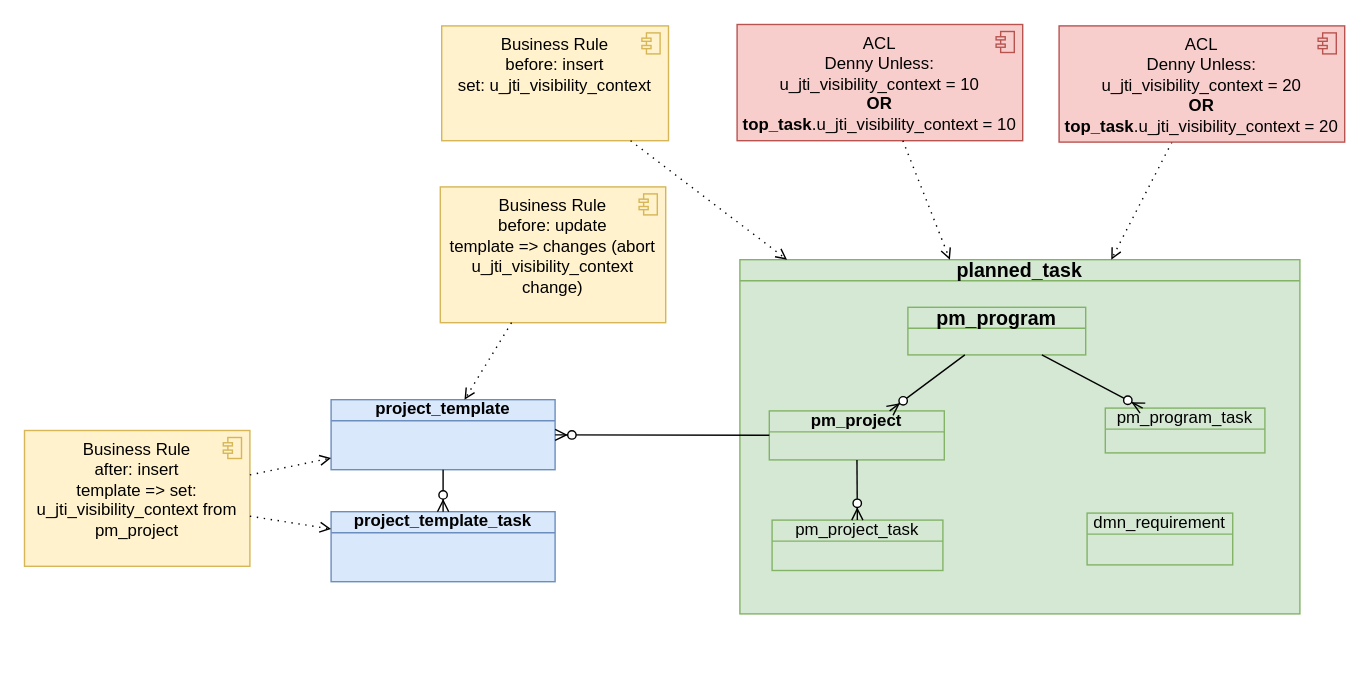
Before: page "templateVisibV2" (4 of 13) of JTI.drawio in algimas/tmp, a draw.io diagram. Source tidied: cells renumbered, new cells numbered last; positions are measured from the earlier drawing's top-left corner, leaving out a move shared by most shapes. Both pictures are drawn from the tidied source at 140%, with x=0, y=0 at pixel (24, 24).
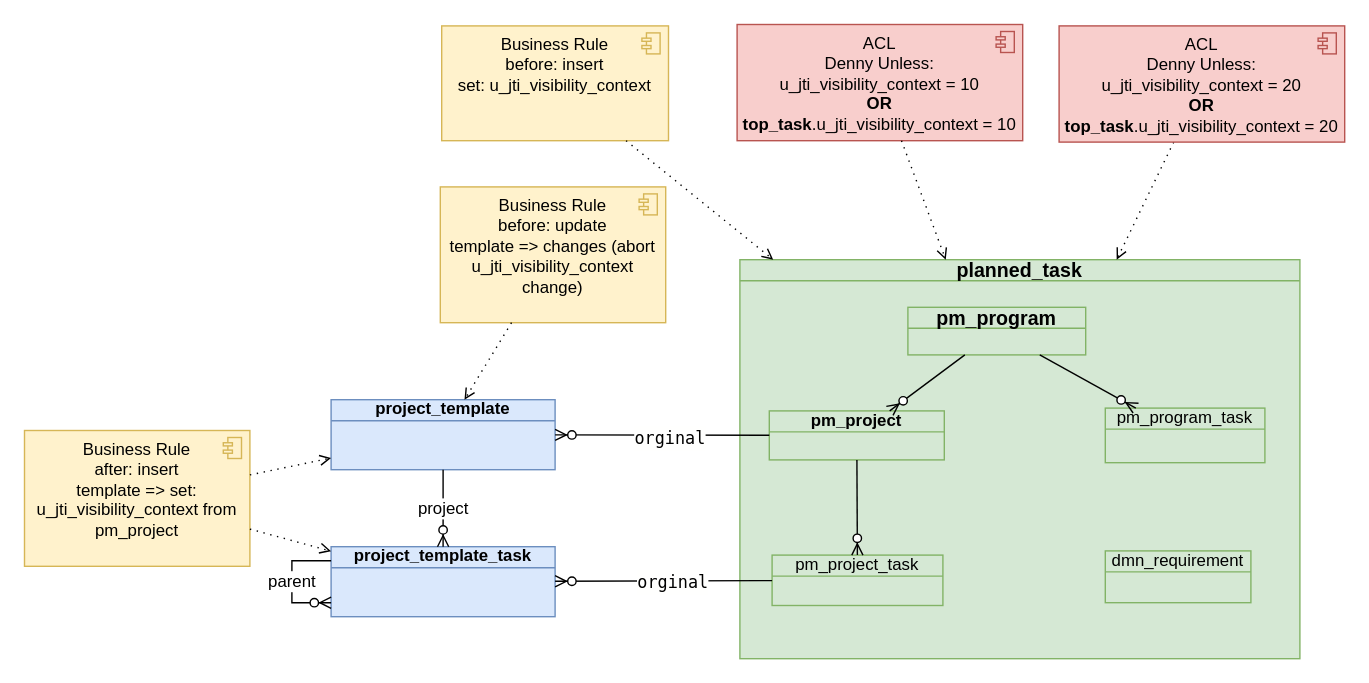
The same diagram, later.

The change refers to these unchanged cells:
```xml
<mxCell id="9" value="project_template" style="html=1;outlineConnect=0;whiteSpace=wrap;fillColor=#dae8fc;shape=mxgraph.archimate3.businessObject;overflow=fill;strokeColor=#6c8ebf;fontStyle=1;" parent="1" vertex="1">
  <mxGeometry x="219" y="268" width="160" height="50" as="geometry" />
</mxCell>
<mxCell id="10" style="fontSize=12;html=1;endArrow=ERzeroToMany;endFill=1;rounded=0;" parent="1" edge="1" source="3" target="9">
  <mxGeometry relative="1" as="geometry" />
</mxCell>
```

Diff of the diagram source:
```diff
@@
     <mxCell id="2" value="planned_task" style="html=1;outlineConnect=0;whiteSpace=wrap;fillColor=#d5e8d4;shape=mxgraph.archimate3.businessObject;overflow=fill;strokeColor=#82b366;fontStyle=1;fontSize=14;" parent="1" vertex="1">
-      <mxGeometry x="511" y="168" width="400" height="253" as="geometry" />
+      <mxGeometry x="511" y="168" width="400" height="285" as="geometry" />
     </mxCell>
@@
     <mxCell id="6" value="pm_program_task" style="html=1;outlineConnect=0;whiteSpace=wrap;fillColor=#d5e8d4;shape=mxgraph.archimate3.businessObject;overflow=fill;strokeColor=#82b366;" parent="1" vertex="1">
-      <mxGeometry x="772" y="274" width="114" height="32" as="geometry" />
+      <mxGeometry x="772" y="274" width="114" height="39" as="geometry" />
     </mxCell>
     <mxCell id="7" value="pm_project_task" style="html=1;outlineConnect=0;whiteSpace=wrap;fillColor=#d5e8d4;shape=mxgraph.archimate3.businessObject;overflow=fill;strokeColor=#82b366;" parent="1" vertex="1">
-      <mxGeometry x="534" y="354" width="122" height="36" as="geometry" />
+      <mxGeometry x="534" y="379" width="122" height="36" as="geometry" />
     </mxCell>
     <mxCell id="8" value="dmn_requirement" style="html=1;whiteSpace=wrap;fillColor=#d5e8d4;shape=mxgraph.archimate3.businessObject;overflow=fill;strokeColor=#82b366;" parent="1" vertex="1">
-      <mxGeometry x="759" y="349" width="104" height="37" as="geometry" />
+      <mxGeometry x="772" y="376" width="104" height="37" as="geometry" />
     </mxCell>
@@
+    <mxCell id="26" value="&lt;div style=&quot;font-style: normal; font-variant-caps: normal; font-weight: normal; letter-spacing: normal; orphans: auto; text-align: start; text-indent: 0px; text-transform: none; widows: auto; word-spacing: 0px; -webkit-text-stroke-width: 0px; text-decoration: none; color: rgb(0, 0, 0); background-color: rgb(255, 255, 254); font-family: Menlo, Monaco, &amp;quot;Courier New&amp;quot;, monospace; font-size: 12px; line-height: 18px; white-space: pre;&quot;&gt;&lt;div&gt;&lt;span style=&quot;color: rgb(0, 0, 0);&quot;&gt;orginal&lt;/span&gt;&lt;/div&gt;&lt;/div&gt;" style="edgeLabel;html=1;align=center;verticalAlign=middle;" parent="10" vertex="1">
+      <mxGeometry x="-0.07" y="1" relative="1" as="geometry" />
+    </mxCell>
     <mxCell id="11" value="project_template_task" style="html=1;outlineConnect=0;whiteSpace=wrap;fillColor=#dae8fc;shape=mxgraph.archimate3.businessObject;overflow=fill;strokeColor=#6c8ebf;fontStyle=1;" parent="1" vertex="1">
-      <mxGeometry x="219" y="348" width="160" height="50" as="geometry" />
+      <mxGeometry x="219" y="373" width="160" height="50" as="geometry" />
     </mxCell>
-    <mxCell id="12" style="fontSize=12;html=1;endArrow=ERzeroToMany;endFill=1;rounded=0;" parent="1" edge="1" source="9" target="11">
+    <mxCell id="12" value="project" style="fontSize=12;html=1;endArrow=ERzeroToMany;endFill=1;rounded=0;" parent="1" edge="1" source="9" target="11">
       <mxGeometry relative="1" as="geometry" />
     </mxCell>
@@
+    <mxCell id="27" style="fontSize=12;html=1;endArrow=ERzeroToMany;endFill=1;rounded=0;" parent="1" edge="1" source="7" target="11">
+      <mxGeometry relative="1" as="geometry" />
+    </mxCell>
+    <mxCell id="28" value="&lt;div style=&quot;font-style: normal; font-variant-caps: normal; font-weight: normal; letter-spacing: normal; orphans: auto; text-align: start; text-indent: 0px; text-transform: none; widows: auto; word-spacing: 0px; -webkit-text-stroke-width: 0px; text-decoration: none; color: rgb(0, 0, 0); background-color: rgb(255, 255, 254); font-family: Menlo, Monaco, &amp;quot;Courier New&amp;quot;, monospace; font-size: 12px; line-height: 18px; white-space: pre;&quot;&gt;&lt;div&gt;&lt;span style=&quot;color: rgb(0, 0, 0);&quot;&gt;orginal&lt;/span&gt;&lt;/div&gt;&lt;/div&gt;" style="edgeLabel;html=1;align=center;verticalAlign=middle;" parent="27" vertex="1">
+      <mxGeometry x="-0.07" relative="1" as="geometry" />
+    </mxCell>
+    <mxCell id="29" value="parent" style="fontSize=12;html=1;endArrow=ERzeroToMany;endFill=1;rounded=0;edgeStyle=elbowEdgeStyle;elbow=vertical;" parent="1" edge="1" source="11" target="11">
+      <mxGeometry relative="1" as="geometry">
+        <Array as="points">
+          <mxPoint x="191" y="413" />
+        </Array>
+      </mxGeometry>
+    </mxCell>
```
